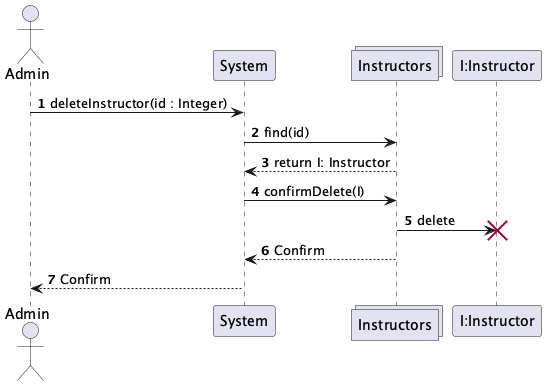
The PlantUML diagram UML-Diagrams/Interaction/Admin/Admin-Interaction-Diagrams_001.png in vibqetowi/soen-342-project, before a commit. The source it was exported from:
```plantuml
@startuml
actor Admin
participant System
collections Instructors
participant "I:Instructor"
autonumber

Admin -> System : deleteInstructor(id : Integer)
System -> Instructors : find(id)
Instructors --> System : return I: Instructor
System -> Instructors : confirmDelete(I)
Instructors -> "I:Instructor" !! : delete
Instructors --> System : Confirm
System --> Admin : Confirm

@enduml
```
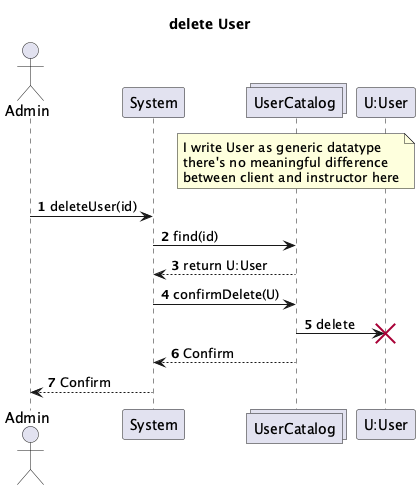
Above is the later version.

Change to the diagram source:
```diff
@@ -1,16 +1,25 @@
 @startuml
 actor Admin
 participant System
-collections Instructors
-participant "I:Instructor"
+collections UserCatalog
+participant "U:User"
+
+note over of UserCatalog
+I write User as generic datatype
+there's no meaningful difference
+between client and instructor here
+end note
+
+title delete User
+
 autonumber
 
-Admin -> System : deleteInstructor(id : Integer)
-System -> Instructors : find(id)
-Instructors --> System : return I: Instructor
-System -> Instructors : confirmDelete(I)
-Instructors -> "I:Instructor" !! : delete
-Instructors --> System : Confirm
+Admin -> System : deleteUser(id)
+System -> UserCatalog : find(id)
+UserCatalog --> System : return U:User
+System -> UserCatalog : confirmDelete(U)
+UserCatalog -> "U:User" !! : delete
+UserCatalog --> System : Confirm
 System --> Admin : Confirm
 
 @enduml
```
